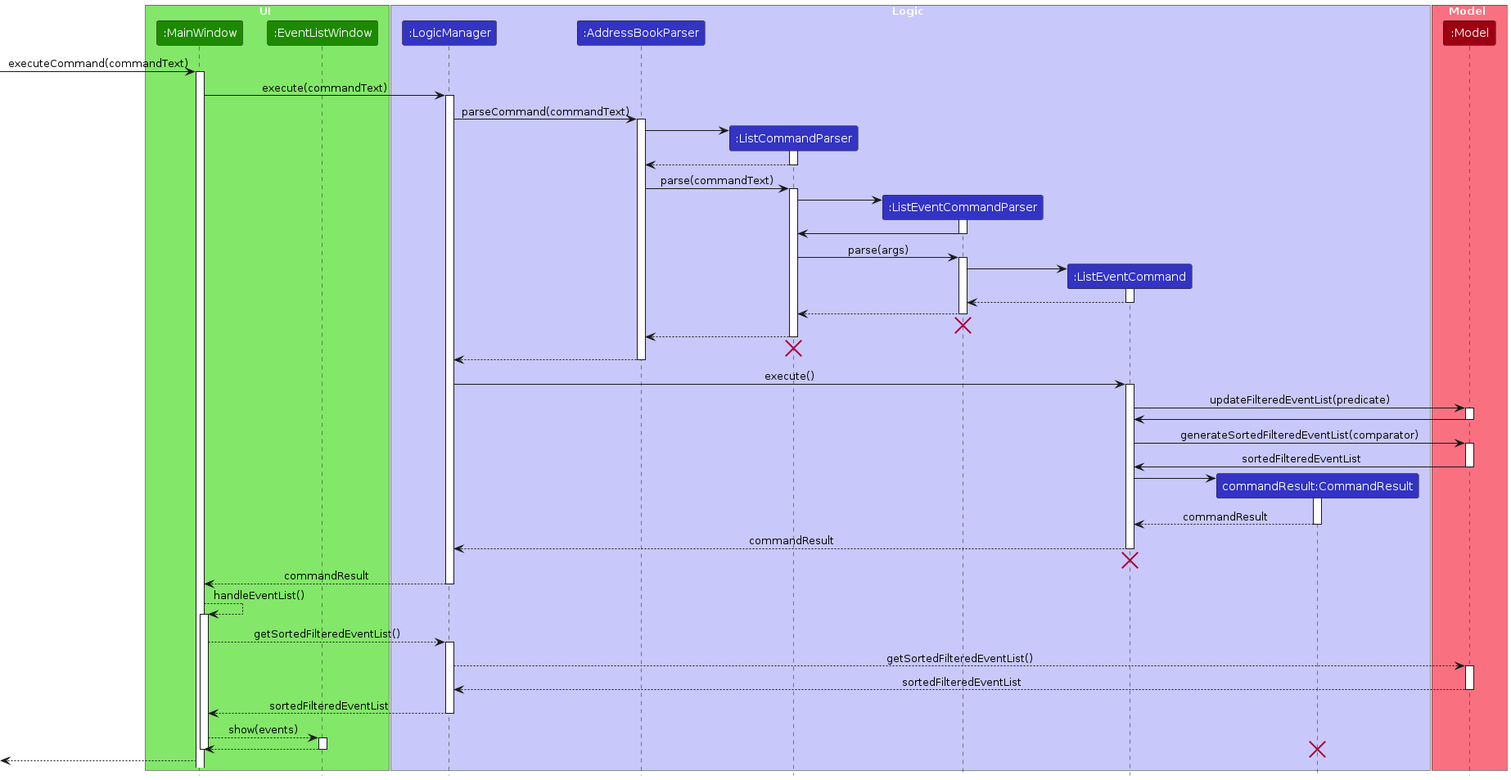
Above: diagrams/event/ListEventsSequenceDiagram.png in AY2324S1-CS2103T-W16-1/tp (PlantUML), before the change. Its source is kept beside it as diagrams/event/ListEventsSequenceDiagram.puml.
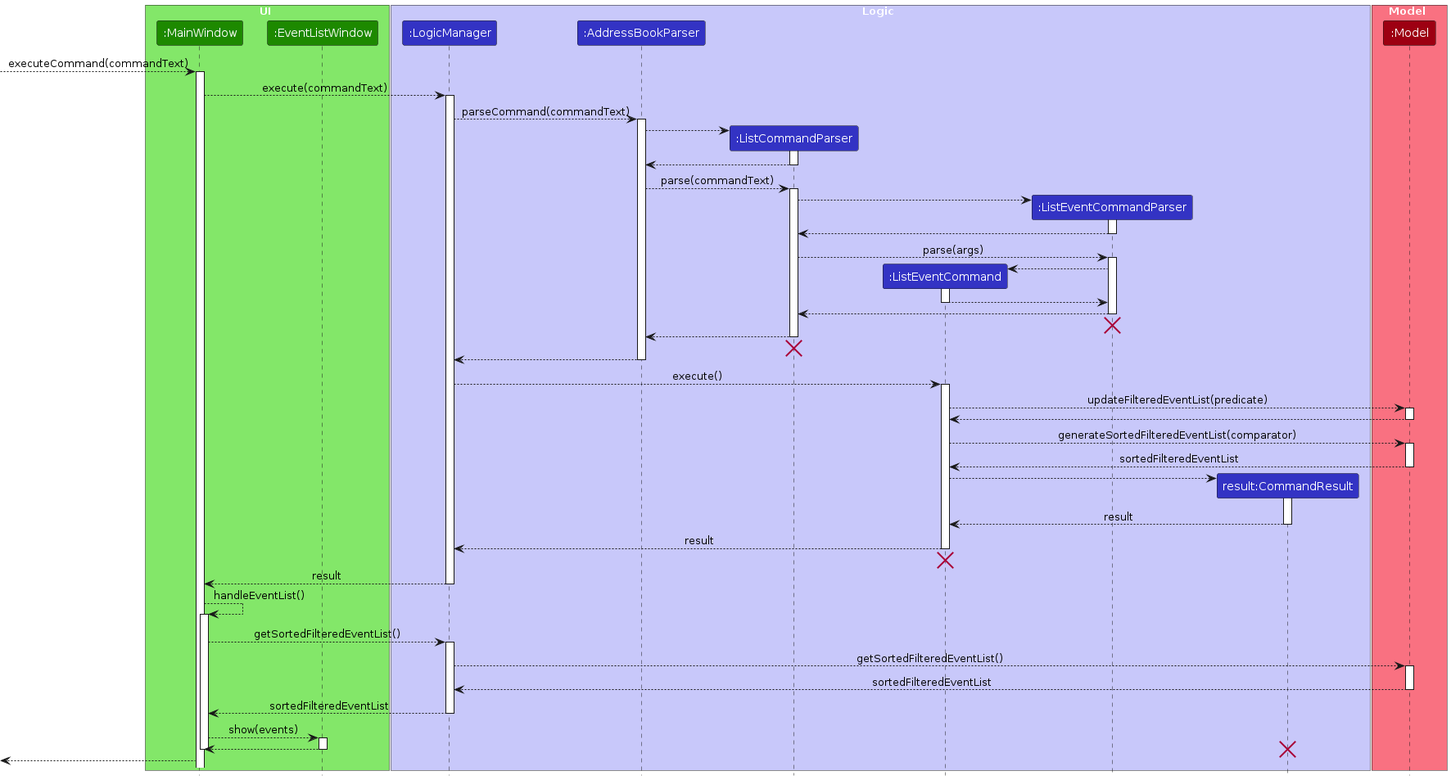
After the commit.

Change to the diagram source:
```diff
@@ -11,45 +11,45 @@
 participant ":LogicManager" as LogicManager LOGIC_COLOR
 participant ":AddressBookParser" as AddressBookParser LOGIC_COLOR
 participant ":ListCommandParser" as ListCommandParser LOGIC_COLOR
+participant ":ListEventCommand" as ListEventCommand LOGIC_COLOR
 participant ":ListEventCommandParser" as ListEventCommandParser LOGIC_COLOR
-participant ":ListEventCommand" as ListEventCommand LOGIC_COLOR
-participant "commandResult:CommandResult" as CommandResult LOGIC_COLOR
+participant "result:CommandResult" as CommandResult LOGIC_COLOR
 end box
 
 box Model MODEL_COLOR_T1
 participant ":Model" as Model MODEL_COLOR
 end box
 
--> MainWindow : executeCommand(commandText)
+--> MainWindow : executeCommand(commandText)
 activate MainWindow
-MainWindow -> LogicManager : execute(commandText)
+MainWindow --> LogicManager : execute(commandText)
 activate LogicManager
 
-LogicManager -> AddressBookParser : parseCommand(commandText)
+LogicManager --> AddressBookParser : parseCommand(commandText)
 activate AddressBookParser
 
 create ListCommandParser
-AddressBookParser -> ListCommandParser
+AddressBookParser --> ListCommandParser
 activate ListCommandParser
 
 ListCommandParser --> AddressBookParser
 deactivate ListCommandParser
 
-AddressBookParser -> ListCommandParser : parse(commandText)
+AddressBookParser --> ListCommandParser : parse(commandText)
 activate ListCommandParser
 
 create ListEventCommandParser
-ListCommandParser -> ListEventCommandParser
+ListCommandParser --> ListEventCommandParser
 activate ListEventCommandParser
 
-ListEventCommandParser -> ListCommandParser
+ListEventCommandParser --> ListCommandParser
 deactivate ListEventCommandParser
 
-ListCommandParser -> ListEventCommandParser : parse(args)
+ListCommandParser --> ListEventCommandParser : parse(args)
 activate ListEventCommandParser
 
 create ListEventCommand
-ListEventCommandParser -> ListEventCommand
+ListEventCommandParser --> ListEventCommand
 activate ListEventCommand
 
 ListEventCommand --> ListEventCommandParser
@@ -57,60 +57,74 @@
 
 ListEventCommandParser --> ListCommandParser
 deactivate ListEventCommandParser
+
 ListEventCommandParser -[hidden]-> ListCommandParser
 destroy ListEventCommandParser
 
 ListCommandParser --> AddressBookParser
 deactivate ListCommandParser
+
 ListCommandParser -[hidden]-> AddressBookParser
 destroy ListCommandParser
 
 AddressBookParser --> LogicManager
 deactivate AddressBookParser
 
-LogicManager -> ListEventCommand : execute()
+LogicManager --> ListEventCommand : execute()
 activate ListEventCommand
 
-ListEventCommand -> Model: updateFilteredEventList(predicate)
+ListEventCommand --> Model: updateFilteredEventList(predicate)
 activate Model
 
-Model -> ListEventCommand
+Model --> ListEventCommand
 deactivate Model
 
-ListEventCommand -> Model: generateSortedFilteredEventList(comparator)
+ListEventCommand --> Model: generateSortedFilteredEventList(comparator)
 activate Model
-ListEventCommand <- Model : sortedFilteredEventList
+
+ListEventCommand <-- Model : sortedFilteredEventList
 deactivate Model
 
 create CommandResult
-ListEventCommand -> CommandResult
+ListEventCommand --> CommandResult
 activate CommandResult
 
-CommandResult --> ListEventCommand : commandResult
+CommandResult --> ListEventCommand : result
 deactivate CommandResult
 
-ListEventCommand --> LogicManager : commandResult
+ListEventCommand --> LogicManager : result
 deactivate ListEventCommand
+
 ListEventCommand -[hidden]-> LogicManager
 destroy ListEventCommand
 
-MainWindow <-- LogicManager : commandResult
+MainWindow <-- LogicManager : result
 deactivate LogicManager
+
 MainWindow --> MainWindow : handleEventList()
 activate MainWindow
+
 MainWindow --> LogicManager : getSortedFilteredEventList()
 activate LogicManager
+
 LogicManager --> Model : getSortedFilteredEventList()
 activate Model
+
 LogicManager <-- Model : sortedFilteredEventList
 deactivate Model
+
 MainWindow <-- LogicManager : sortedFilteredEventList
 deactivate LogicManager
+
 MainWindow --> EventListWindow : show(events)
 activate EventListWindow
+
 MainWindow <-- EventListWindow
 deactivate EventListWindow
+
 deactivate MainWindow
+
 destroy CommandResult
+
 [<--MainWindow
 @enduml
```
